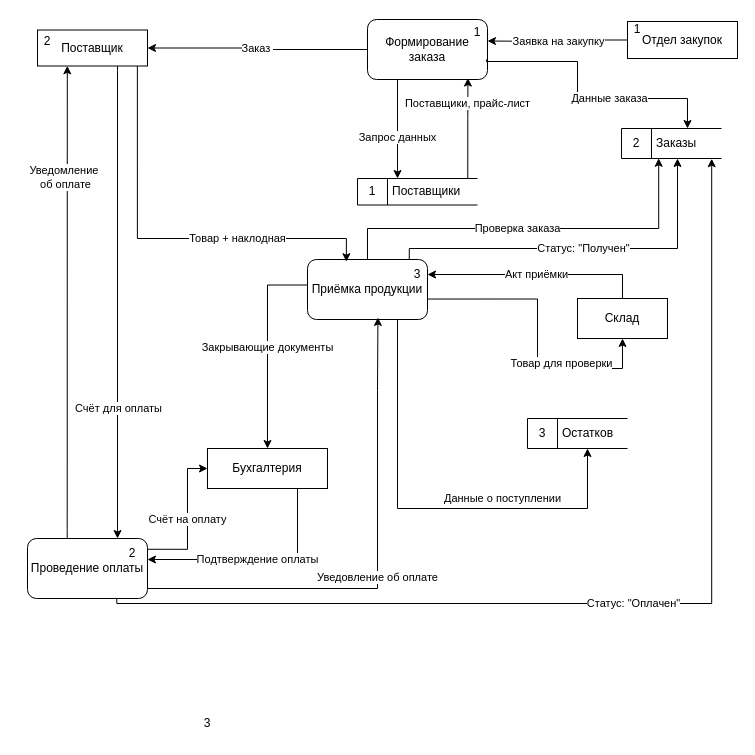
Dasha-Angel/work keeps this draw.io diagram as dfd_декомпозиция.drawio. Above is the earlier version. Source tidied: cells renumbered, new cells numbered last; positions are measured from the earlier drawing's top-left corner, leaving out a move shared by most shapes. Both pictures are drawn from the tidied source at 100%, with x=0, y=0 at pixel (17, 16).
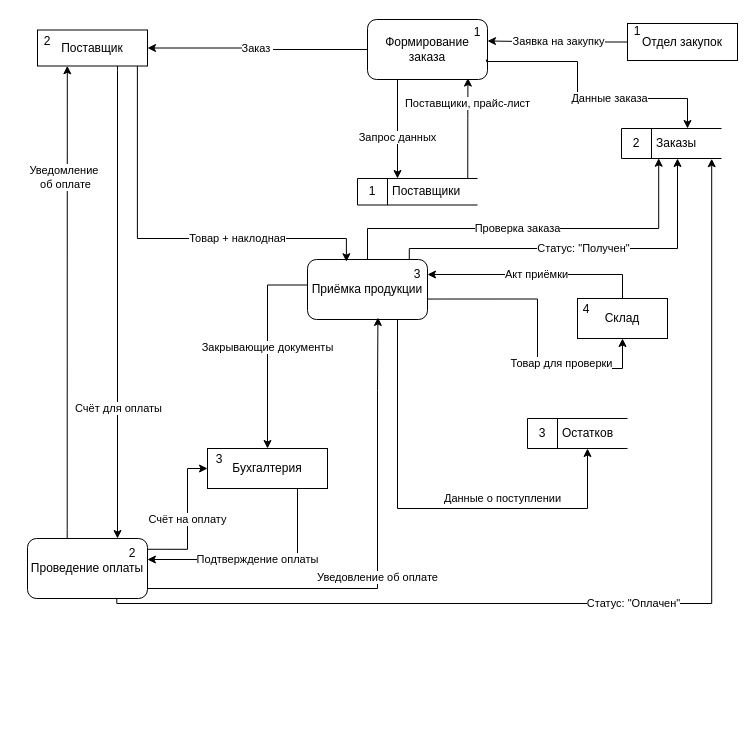
After the change.

Change to the diagram source:
```diff
@@
     <mxCell id="2" style="group;" parent="1" vertex="1">
-      <mxGeometry x="590" y="2" width="130" height="40" as="geometry" />
+      <mxGeometry x="590" y="4" width="130" height="40" as="geometry" />
     </mxCell>
@@
     <mxCell id="38" value="3" style="text;html=1;whiteSpace=wrap;strokeColor=none;fillColor=none;align=center;verticalAlign=middle;rounded=0;" parent="1" vertex="1">
-      <mxGeometry x="160" y="691.5" width="60" height="30" as="geometry" />
+      <mxGeometry x="172" y="428" width="60" height="30" as="geometry" />
     </mxCell>
@@
+    <mxCell id="43" value="4" style="text;html=1;whiteSpace=wrap;strokeColor=none;fillColor=none;align=center;verticalAlign=middle;rounded=0;" parent="1" vertex="1">
+      <mxGeometry x="539" y="278" width="60" height="30" as="geometry" />
+    </mxCell>
```
